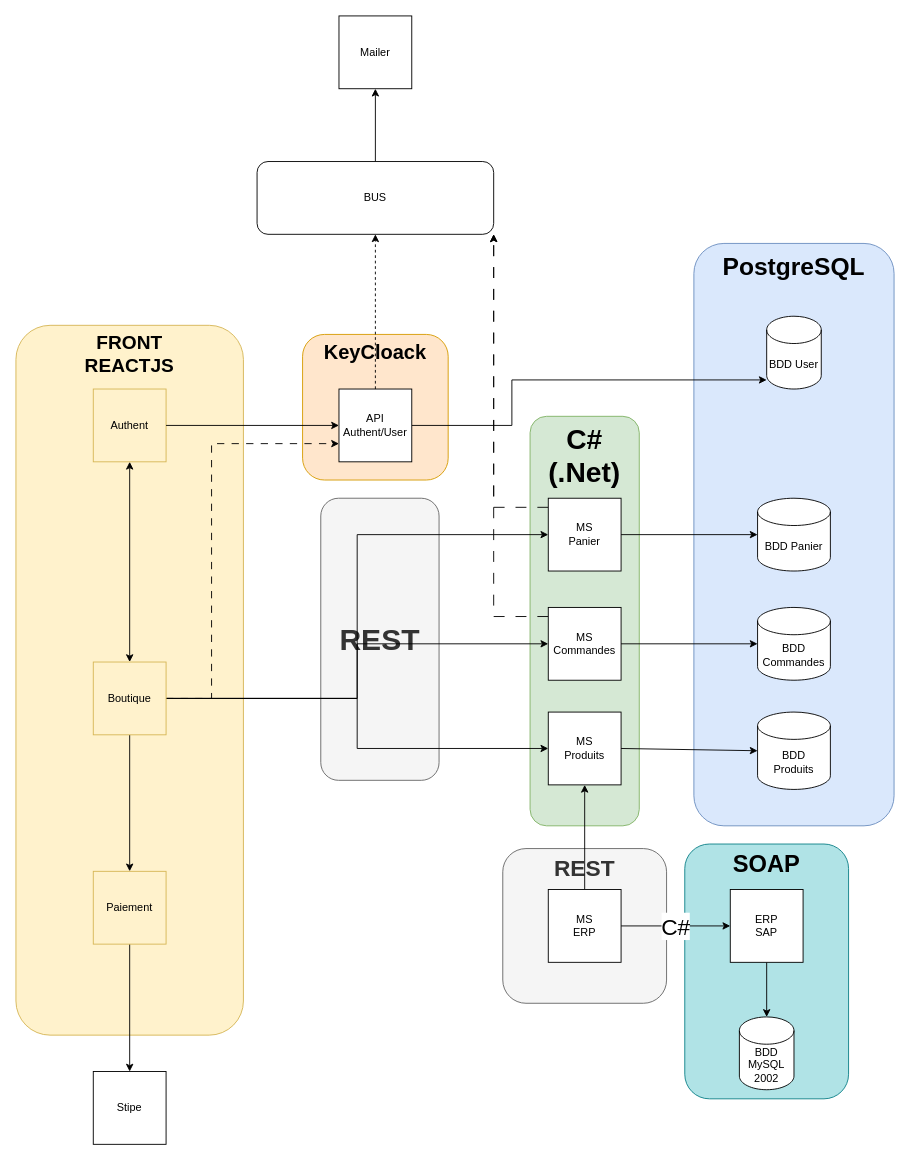
Earlier version of the draw.io diagram BDiscount.drawio (taobourmaud/BDiscount). Source tidied: cells renumbered, new cells numbered last; positions are measured from the earlier drawing's top-left corner, leaving out a move shared by most shapes. Both pictures are drawn from the tidied source at 91%, with x=0, y=0 at pixel (15, 15).
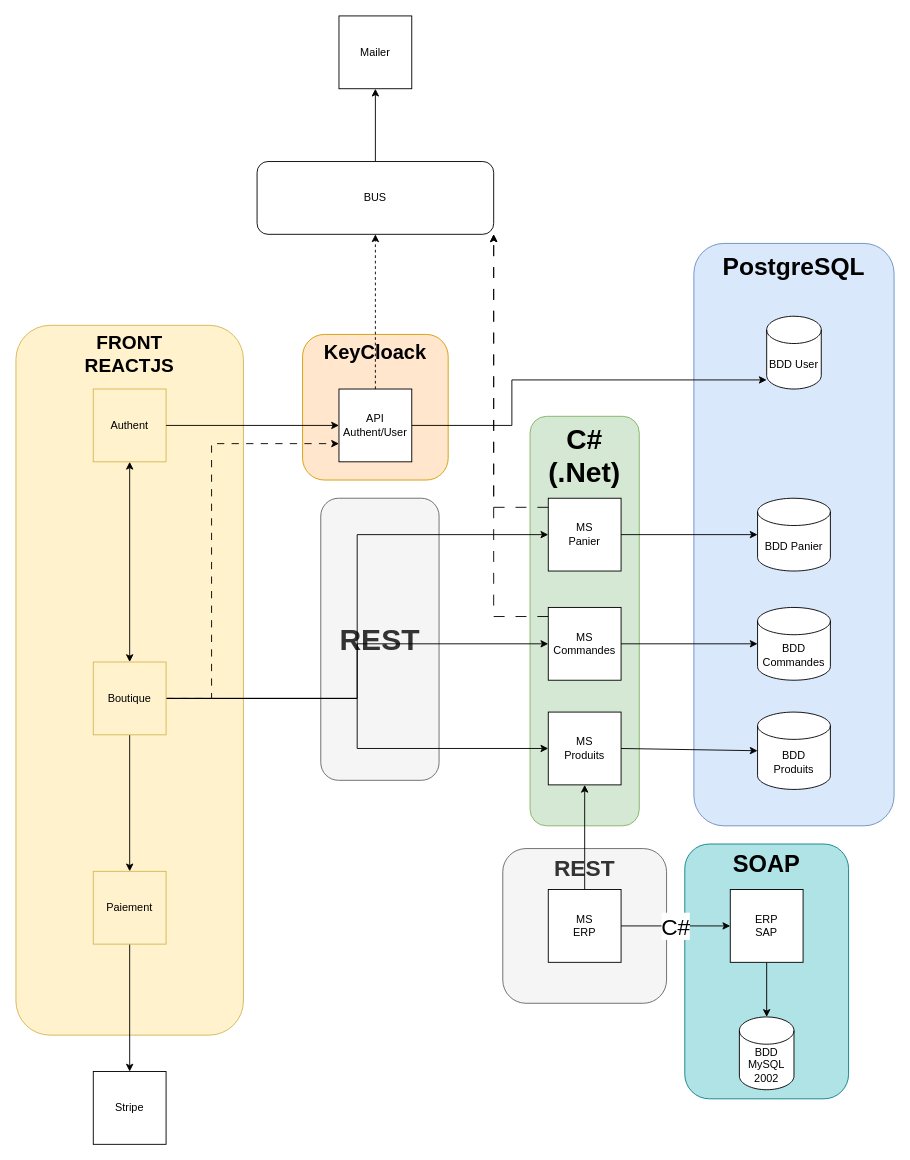
After the change.

Commit message:
Mettre à jour BDiscount.drawio

Diff of the diagram source:
```diff
@@
-    <mxCell id="44" value="Stipe" style="whiteSpace=wrap;html=1;" parent="1" vertex="1">
+    <mxCell id="44" value="Stripe" style="whiteSpace=wrap;html=1;" parent="1" vertex="1">
       <mxGeometry x="85" y="1160" width="80" height="80" as="geometry" />
     </mxCell>
```
